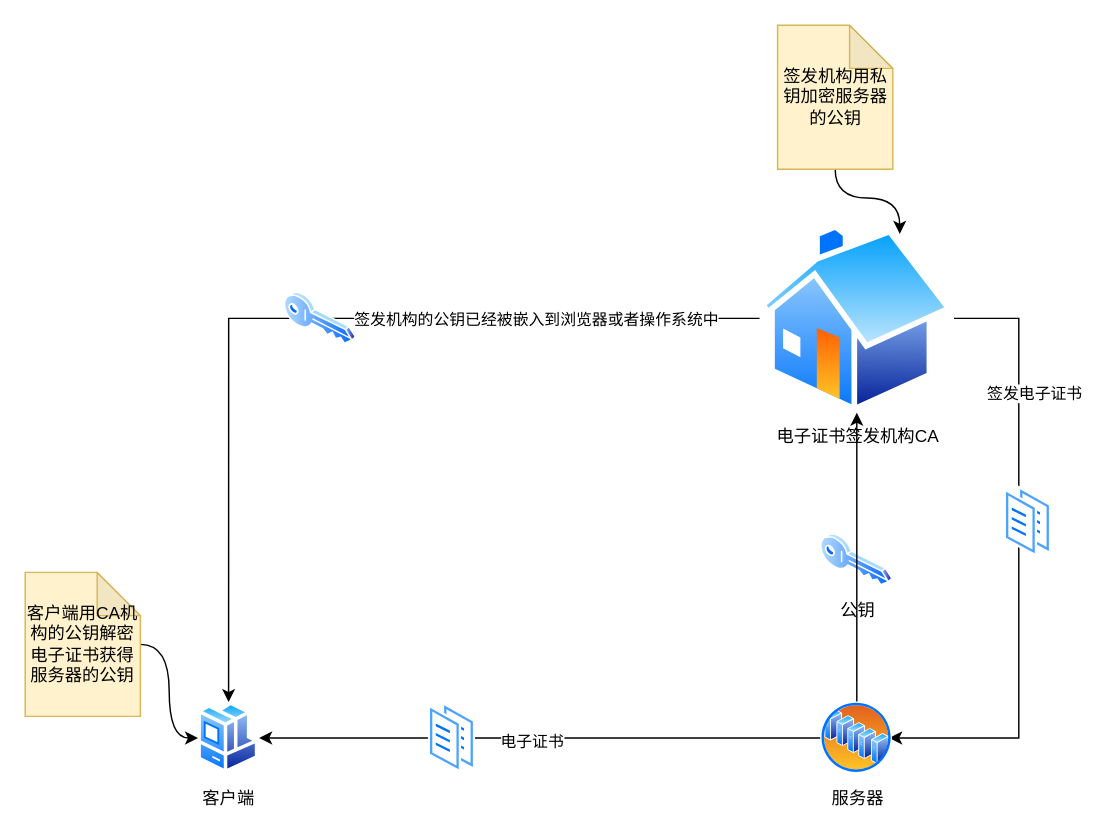
Before: 数字签名 Diagram.drawio in tanshuanglin/tansony, a draw.io diagram. Source tidied: cells renumbered, new cells numbered last; positions are measured from the earlier drawing's top-left corner, leaving out a move shared by most shapes. Both pictures are drawn from the tidied source at 144%, with x=0, y=0 at pixel (24, 24).
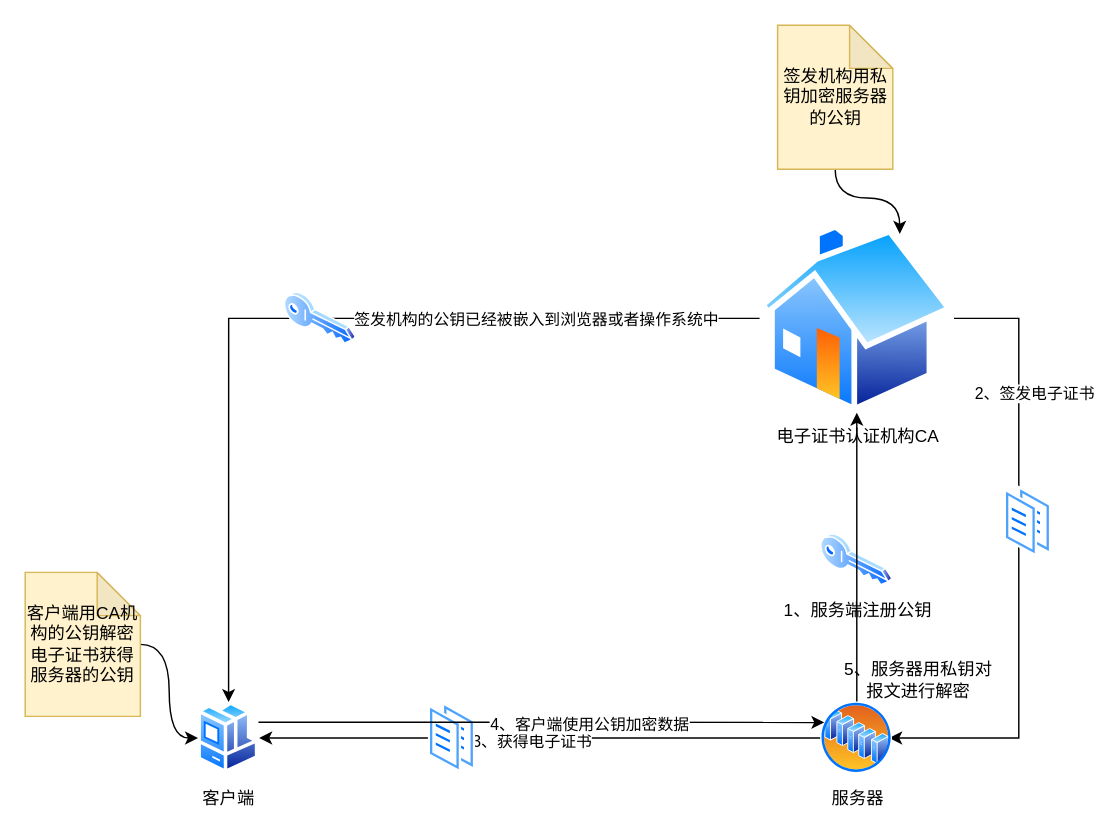
The same page after the edit.

Unchanged cells that the change refers to:
```xml
<mxCell id="2" style="edgeStyle=orthogonalEdgeStyle;rounded=0;jettySize=auto;html=1;" parent="1" edge="1" source="6">
  <mxGeometry relative="1" as="geometry">
    <mxPoint x="600" y="495" as="targetPoint" />
    <Array as="points">
      <mxPoint x="690" y="204" />
      <mxPoint x="690" y="495" />
      <mxPoint x="600" y="495" />
    </Array>
  </mxGeometry>
</mxCell>
<mxCell id="9" style="edgeStyle=orthogonalEdgeStyle;rounded=0;jettySize=auto;html=1;entryX=1;entryY=0.5;entryDx=0;entryDy=0;" parent="1" edge="1" source="11" target="13">
  <mxGeometry relative="1" as="geometry" />
</mxCell>
<mxCell id="11" value="服务器" style="perimeter=ellipsePerimeter;html=1;align=center;shadow=0;dashed=0;spacingTop=3;image;image=img/lib/active_directory/server_farm.svg;" parent="1" vertex="1">
  <mxGeometry x="552.5" y="470" width="50" height="50" as="geometry" />
</mxCell>
```

The edit, as a diff of the source:
```diff
@@
-    <mxCell id="3" value="签发电子证书" style="edgeLabel;html=1;align=center;verticalAlign=middle;" parent="2" vertex="1">
+    <mxCell id="3" value="2、签发电子证书" style="edgeLabel;html=1;align=center;verticalAlign=middle;" parent="2" vertex="1">
       <mxGeometry x="-0.23" y="-1" relative="1" as="geometry">
         <mxPoint x="11" y="-67" as="offset" />
       </mxGeometry>
     </mxCell>
@@
-    <mxCell id="6" value="电子证书签发机构CA" style="perimeter=ellipsePerimeter;html=1;align=center;shadow=0;dashed=0;spacingTop=3;image;image=img/lib/active_directory/home.svg;" parent="1" vertex="1">
+    <mxCell id="6" value="电子证书认证机构CA" style="perimeter=ellipsePerimeter;html=1;align=center;shadow=0;dashed=0;spacingTop=3;image;image=img/lib/active_directory/home.svg;" parent="1" vertex="1">
       <mxGeometry x="510" y="138.2" width="135" height="130.9" as="geometry" />
     </mxCell>
-    <mxCell id="7" value="公钥" style="perimeter=ellipsePerimeter;html=1;align=center;shadow=0;dashed=0;spacingTop=3;image;image=img/lib/active_directory/key.svg;" parent="1" vertex="1">
+    <mxCell id="7" value="1、服务端注册公钥" style="perimeter=ellipsePerimeter;html=1;align=center;shadow=0;dashed=0;spacingTop=3;image;image=img/lib/active_directory/key.svg;" parent="1" vertex="1">
       <mxGeometry x="552.5" y="353" width="50" height="37" as="geometry" />
     </mxCell>
@@
-    <mxCell id="10" value="电子证书" style="edgeLabel;html=1;align=center;verticalAlign=middle;" parent="9" vertex="1">
+    <mxCell id="10" value="3、获得电子证书" style="edgeLabel;html=1;align=center;verticalAlign=middle;" parent="9" vertex="1">
       <mxGeometry x="0.03" y="2" relative="1" as="geometry" />
     </mxCell>
@@
+    <mxCell id="20" style="rounded=0;jettySize=auto;html=1;entryX=0;entryY=0.25;entryDx=0;entryDy=0;" parent="1" edge="1" target="11">
+      <mxGeometry relative="1" as="geometry">
+        <mxPoint x="162" y="484" as="sourcePoint" />
+      </mxGeometry>
+    </mxCell>
+    <mxCell id="21" value="4、客户端使用公钥加密数据" style="edgeLabel;html=1;align=center;verticalAlign=middle;" parent="20" vertex="1">
+      <mxGeometry x="0.17" y="-1" relative="1" as="geometry" />
+    </mxCell>
@@
+    <mxCell id="22" value="5、服务器用私钥对&lt;br&gt;报文进行解密" style="text;html=1;align=center;verticalAlign=middle;strokeColor=none;" parent="1" vertex="1">
+      <mxGeometry x="560" y="440" width="120" height="30" as="geometry" />
+    </mxCell>
```
